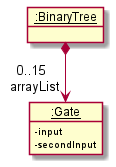
sevenseasofbri/tp keeps this PlantUML diagram as docs/diagrams/BinaryTreeInitialObjectDiagram.png. Above is the earlier version.
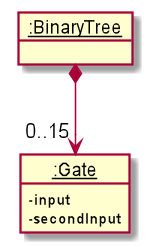
After the commit.

Commit message:
update diagrams based on reviews

Change to the diagram source:
```diff
@@ -1,5 +1,6 @@
 @startuml
-!include style.puml
+hide circle
+skinparam ClassAttributeIconSize 0
 
 object "__:BinaryTree__" as BinaryTree
 
@@ -7,5 +8,5 @@
 Gate : - input
 Gate : - secondInput
 
-BinaryTree *--> "0..15 \n arrayList" Gate
+BinaryTree *--> "0..15" Gate
 @enduml
```
